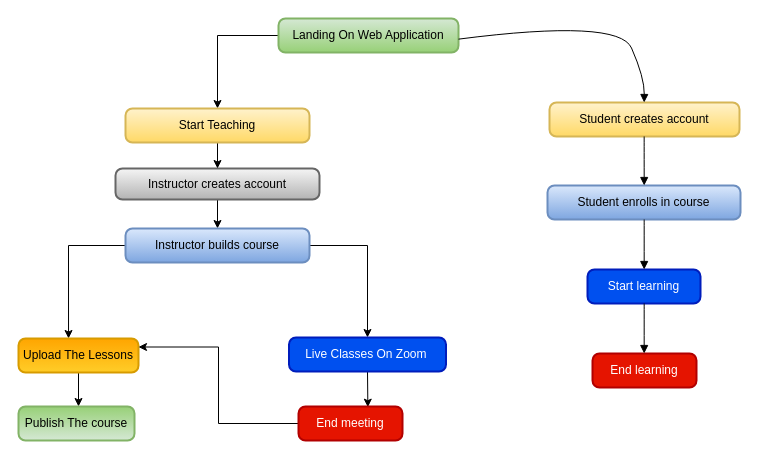
This is Untitled Diagram.drawio from kuldeepkaware123/BIST, a draw.io file, before an edit. Source tidied: cells renumbered, new cells numbered last; positions are measured from the earlier drawing's top-left corner, leaving out a move shared by most shapes. Both pictures are drawn from the tidied source at 100%, with x=0, y=0 at pixel (18, 18).
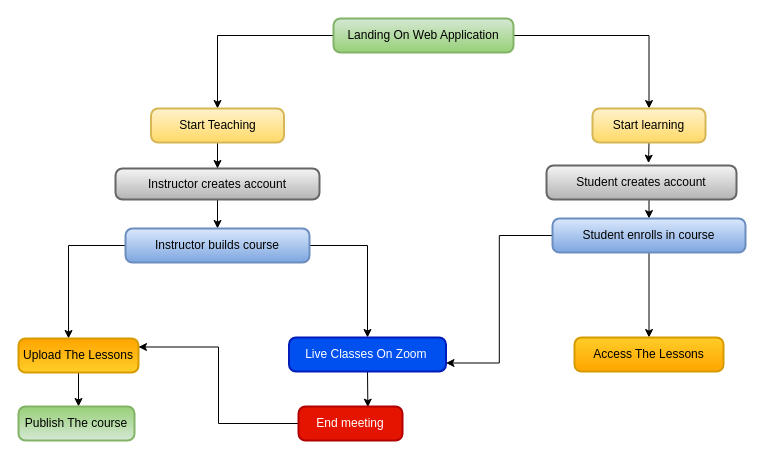
Above is the later version.

The change refers to these unchanged cells:
```xml
<mxCell id="10" value="Live Classes On Zoom " style="rounded=1;absoluteArcSize=1;arcSize=14;whiteSpace=wrap;strokeWidth=2;fillColor=#0050ef;strokeColor=#001DBC;fontColor=#ffffff;" parent="1" vertex="1">
  <mxGeometry x="270.5" y="319" width="157" height="34" as="geometry" />
</mxCell>
```

What changed in the source:
```diff
@@
+    <mxCell id="27" style="edgeStyle=orthogonalEdgeStyle;rounded=0;jettySize=auto;html=1;exitX=1;exitY=0.5;exitDx=0;exitDy=0;entryX=0.5;entryY=0;entryDx=0;entryDy=0;" parent="1" edge="1" source="3" target="16">
+      <mxGeometry relative="1" as="geometry" />
+    </mxCell>
     <mxCell id="3" value="Landing On Web Application" style="rounded=1;absoluteArcSize=1;arcSize=14;whiteSpace=wrap;strokeWidth=2;fillColor=#d5e8d4;strokeColor=#82b366;gradientColor=#97d077;" parent="1" vertex="1">
-      <mxGeometry x="260" width="180" height="34" as="geometry" />
+      <mxGeometry x="315" width="180" height="34" as="geometry" />
     </mxCell>
@@
+    <mxCell id="19" style="edgeStyle=orthogonalEdgeStyle;rounded=0;jettySize=auto;html=1;exitX=0.5;exitY=1;exitDx=0;exitDy=0;entryX=0.5;entryY=0;entryDx=0;entryDy=0;" parent="1" edge="1" source="14" target="15">
+      <mxGeometry relative="1" as="geometry" />
+    </mxCell>
-    <mxCell id="14" value="Student creates account" style="rounded=1;absoluteArcSize=1;arcSize=14;whiteSpace=wrap;strokeWidth=2;fillColor=#fff2cc;strokeColor=#d6b656;gradientColor=#ffd966;" parent="1" vertex="1">
-      <mxGeometry x="531" y="84" width="190" height="34" as="geometry" />
+    <mxCell id="14" value="Student creates account" style="rounded=1;absoluteArcSize=1;arcSize=14;whiteSpace=wrap;strokeWidth=2;fillColor=#f5f5f5;strokeColor=#666666;gradientColor=#b3b3b3;" parent="1" vertex="1">
+      <mxGeometry x="528" y="147" width="190" height="34" as="geometry" />
     </mxCell>
+    <mxCell id="28" style="edgeStyle=orthogonalEdgeStyle;rounded=0;jettySize=auto;html=1;exitX=0;exitY=0.5;exitDx=0;exitDy=0;entryX=1;entryY=0.75;entryDx=0;entryDy=0;" parent="1" edge="1" source="15" target="10">
+      <mxGeometry relative="1" as="geometry" />
+    </mxCell>
+    <mxCell id="29" style="edgeStyle=orthogonalEdgeStyle;rounded=0;jettySize=auto;html=1;exitX=0.5;exitY=1;exitDx=0;exitDy=0;entryX=0.5;entryY=0;entryDx=0;entryDy=0;" parent="1" edge="1" source="15" target="17">
+      <mxGeometry relative="1" as="geometry" />
+    </mxCell>
     <mxCell id="15" value="Student enrolls in course" style="rounded=1;absoluteArcSize=1;arcSize=14;whiteSpace=wrap;strokeWidth=2;fillColor=#dae8fc;gradientColor=#7ea6e0;strokeColor=#6c8ebf;" parent="1" vertex="1">
-      <mxGeometry x="529" y="167" width="193" height="34" as="geometry" />
+      <mxGeometry x="534" y="200" width="193" height="34" as="geometry" />
     </mxCell>
+    <mxCell id="30" style="edgeStyle=orthogonalEdgeStyle;rounded=0;jettySize=auto;html=1;exitX=0.5;exitY=1;exitDx=0;exitDy=0;entryX=0.537;entryY=-0.069;entryDx=0;entryDy=0;entryPerimeter=0;" parent="1" edge="1" source="16" target="14">
+      <mxGeometry relative="1" as="geometry" />
+    </mxCell>
-    <mxCell id="16" value="Start learning" style="rounded=1;absoluteArcSize=1;arcSize=14;whiteSpace=wrap;strokeWidth=2;fillColor=#0050ef;strokeColor=#001DBC;fontColor=#ffffff;" parent="1" vertex="1">
-      <mxGeometry x="569" y="251" width="113" height="34" as="geometry" />
+    <mxCell id="16" value="Start learning" style="rounded=1;absoluteArcSize=1;arcSize=14;whiteSpace=wrap;strokeWidth=2;fillColor=#fff2cc;strokeColor=#d6b656;gradientColor=#ffd966;" parent="1" vertex="1">
+      <mxGeometry x="574" y="90" width="113" height="34" as="geometry" />
     </mxCell>
-    <mxCell id="17" value="End learning" style="rounded=1;absoluteArcSize=1;arcSize=14;whiteSpace=wrap;strokeWidth=2;fillColor=#e51400;fontColor=#ffffff;strokeColor=#B20000;" parent="1" vertex="1">
-      <mxGeometry x="574" y="335" width="104" height="34" as="geometry" />
+    <mxCell id="17" value="Access The Lessons" style="rounded=1;absoluteArcSize=1;arcSize=14;whiteSpace=wrap;strokeWidth=2;fillColor=#ffcd28;strokeColor=#d79b00;gradientColor=#ffa500;" parent="1" vertex="1">
+      <mxGeometry x="556" y="319" width="149" height="34" as="geometry" />
     </mxCell>
-    <mxCell id="18" style="curved=1;startArrow=none;endArrow=block;exitX=0.9958494567871093;exitY=0.6063208547115032;entryX=0.49828969051963407;entryY=-0.00980388416963465;" parent="1" edge="1" source="3" target="14">
-      <mxGeometry relative="1" as="geometry">
-        <Array as="points">
-          <mxPoint x="600" />
-          <mxPoint x="626" y="59" />
-        </Array>
-      </mxGeometry>
-    </mxCell>
-    <mxCell id="19" style="curved=1;startArrow=none;endArrow=block;exitX=0.49828969051963407;exitY=0.9803922316607308;entryX=0.50090694921622;entryY=0.009803996366613051;" parent="1" edge="1" source="14" target="15">
-      <mxGeometry relative="1" as="geometry" />
-    </mxCell>
-    <mxCell id="20" style="curved=1;startArrow=none;endArrow=block;exitX=0.50090694921622;exitY=1.0000001121969784;entryX=0.5015490371569068;entryY=1.1219697840073529e-7;" parent="1" edge="1" source="15" target="16">
-      <mxGeometry relative="1" as="geometry" />
-    </mxCell>
-    <mxCell id="21" style="curved=1;startArrow=none;endArrow=block;exitX=0.5015490371569068;exitY=0.9901962280273438;entryX=0.4968753961416391;entryY=-0.00980377197265625;" parent="1" edge="1" source="16" target="17">
-      <mxGeometry relative="1" as="geometry" />
-    </mxCell>
@@
     <mxCell id="25" value="Start Teaching" style="rounded=1;absoluteArcSize=1;arcSize=14;whiteSpace=wrap;strokeWidth=2;fillColor=#fff2cc;strokeColor=#d6b656;gradientColor=#ffd966;" parent="1" vertex="1">
-      <mxGeometry x="107" y="90" width="184" height="34" as="geometry" />
+      <mxGeometry x="132.5" y="90" width="133" height="34" as="geometry" />
     </mxCell>
```
